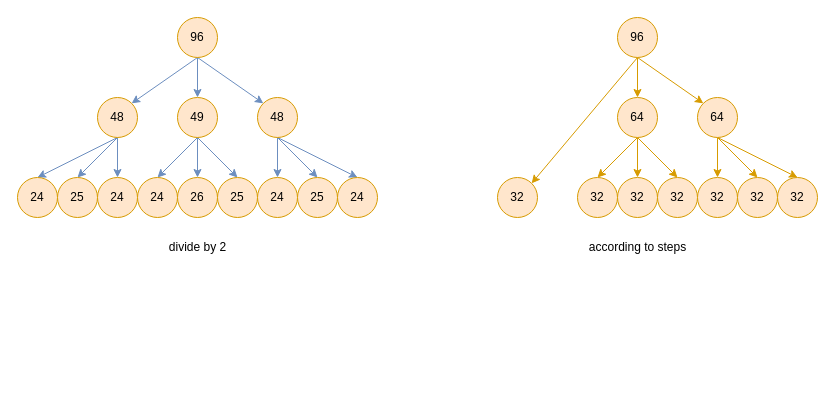
Before: page "decomposition" (3 of 6) of src/main/resources/Karatsuba.drawio in RicardoNid/Chainsaw2, a draw.io diagram. Source tidied: cells renumbered, new cells numbered last; positions are measured from the earlier drawing's top-left corner, leaving out a move shared by most shapes. Both pictures are drawn from the tidied source at 100%, with x=0, y=0 at pixel (17, 17).
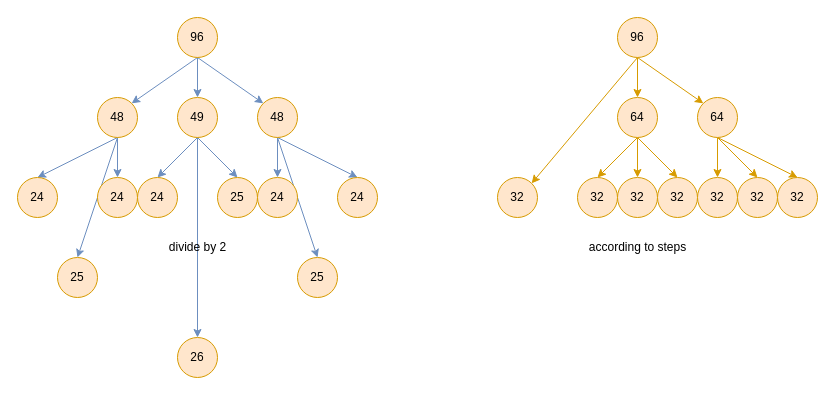
Above is the later version.

The change refers to these unchanged cells:
```xml
<mxCell id="21" value="24" style="ellipse;whiteSpace=wrap;html=1;fillColor=#ffe6cc;strokeColor=#d79b00;" parent="1" vertex="1">
  <mxGeometry x="120" y="160" width="40" height="40" as="geometry" />
</mxCell>
```

Diff of the diagram source:
```diff
@@
     <mxCell id="19" value="25" style="ellipse;whiteSpace=wrap;html=1;fillColor=#ffe6cc;strokeColor=#d79b00;" parent="1" vertex="1">
-      <mxGeometry x="40" y="160" width="40" height="40" as="geometry" />
+      <mxGeometry x="40" y="240" width="40" height="40" as="geometry" />
     </mxCell>
@@
-    <mxCell id="22" style="edgeStyle=none;rounded=0;html=1;exitX=0;exitY=0.5;exitDx=0;exitDy=0;entryX=1;entryY=0.5;entryDx=0;entryDy=0;fillColor=#ffe6cc;strokeColor=#d79b00;" parent="1" edge="1" source="23" target="21">
-      <mxGeometry relative="1" as="geometry" />
-    </mxCell>
     <mxCell id="23" value="26" style="ellipse;whiteSpace=wrap;html=1;fillColor=#ffe6cc;strokeColor=#d79b00;" parent="1" vertex="1">
-      <mxGeometry x="160" y="160" width="40" height="40" as="geometry" />
+      <mxGeometry x="160" y="320" width="40" height="40" as="geometry" />
     </mxCell>
@@
     <mxCell id="26" value="25" style="ellipse;whiteSpace=wrap;html=1;fillColor=#ffe6cc;strokeColor=#d79b00;" parent="1" vertex="1">
-      <mxGeometry x="280" y="160" width="40" height="40" as="geometry" />
+      <mxGeometry x="280" y="240" width="40" height="40" as="geometry" />
     </mxCell>
```
